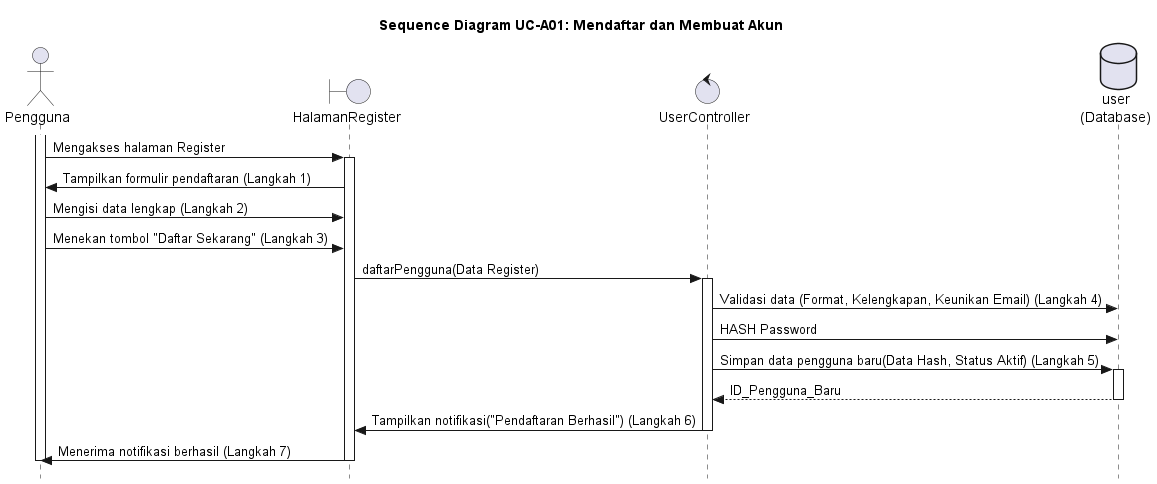
This is out/UC-A01/SD-UC-A01_MendaftarAkun.png from alfiahnurfa/RSI-PROYEK-AKHIR-SEQUENCE, a PlantUML export, as it was before one commit.
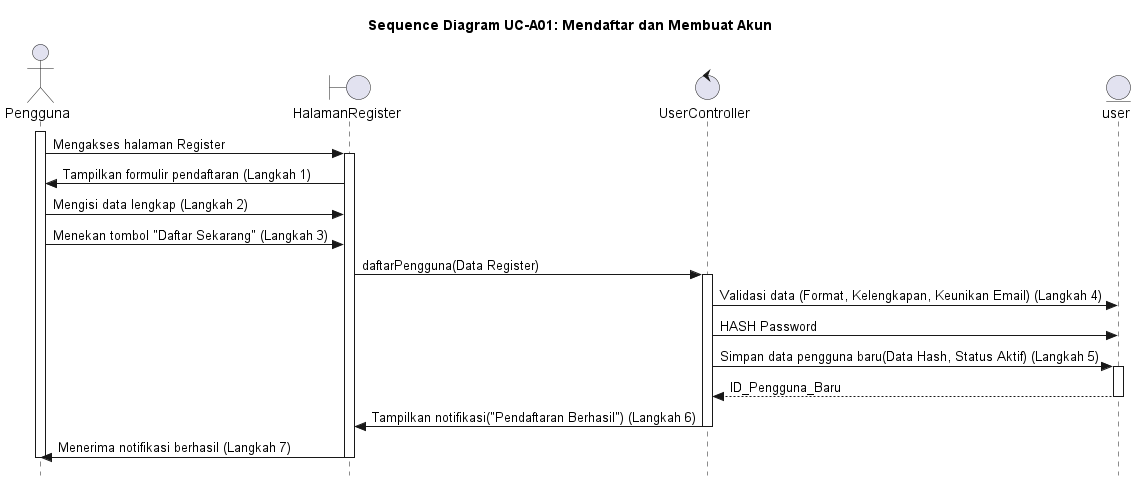
Above is the later version.

Change to the diagram source:
```diff
@@ -5,8 +5,7 @@
 actor Pengguna
 boundary HalamanRegister
 control UserController
-database user as "user\n(Database)"
-
+entity user
 
 activate Pengguna
 Pengguna -> HalamanRegister : Mengakses halaman Register
```
